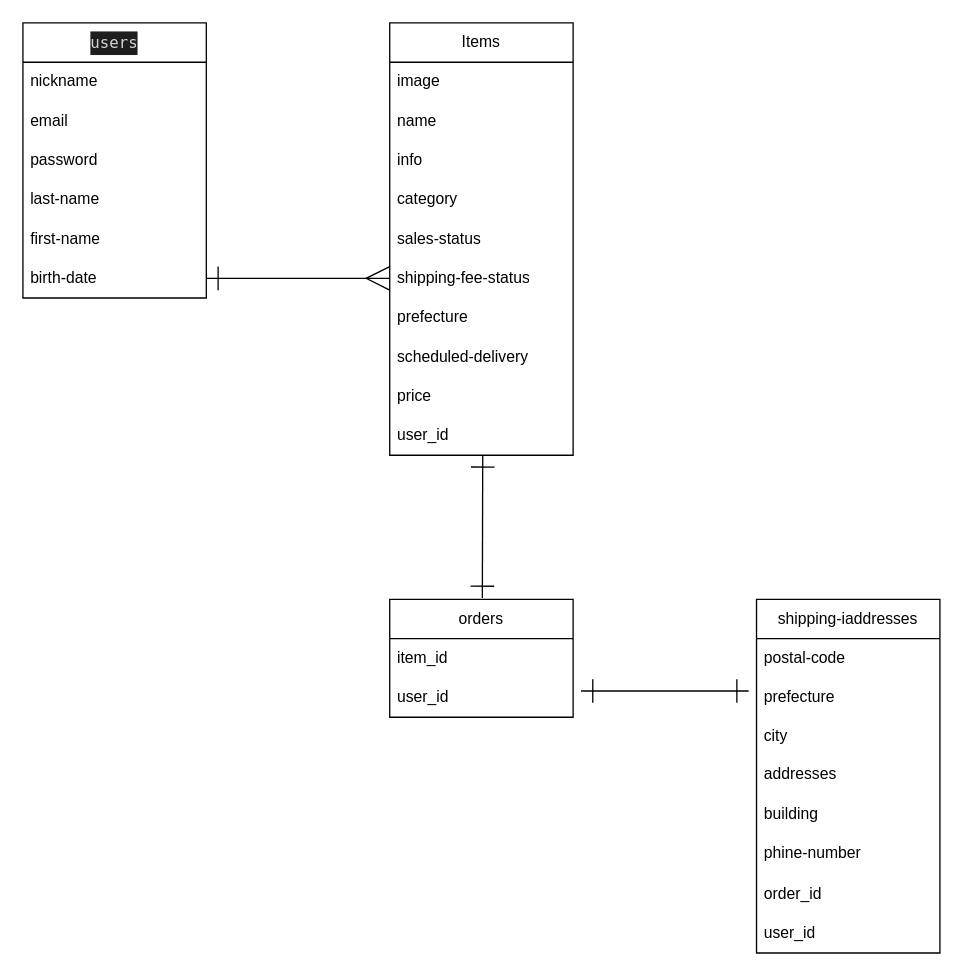
AsamiDolphy/furima-40223 keeps this draw.io diagram as app/ER.dio. Above is the earlier version. Source tidied: cells renumbered, new cells numbered last; positions are measured from the earlier drawing's top-left corner, leaving out a move shared by most shapes. Both pictures are drawn from the tidied source at 131%, with x=0, y=0 at pixel (22, 22).
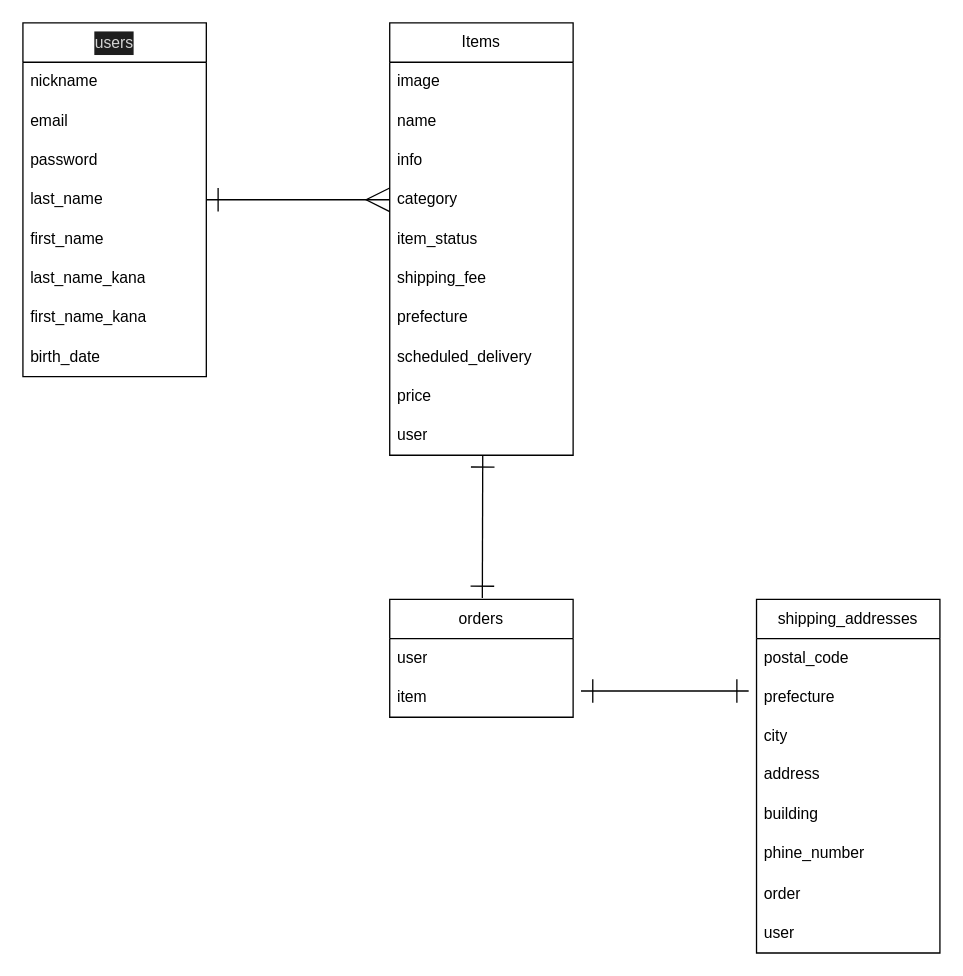
The same diagram, later.

The change refers to these unchanged cells:
```xml
<mxCell id="9" value="Items" style="swimlane;fontStyle=0;horizontal=1;startSize=30;whiteSpace=wrap;html=1;" parent="1" vertex="1">
  <mxGeometry x="280" width="140" height="330" as="geometry" />
</mxCell>
<mxCell id="13" value="category" style="text;strokeColor=none;fillColor=none;align=left;verticalAlign=middle;spacingLeft=4;spacingRight=4;overflow=hidden;points=[[0,0.5],[1,0.5]];portConstraint=eastwest;whiteSpace=wrap;html=1;" parent="9" vertex="1">
  <mxGeometry y="120" width="140" height="30" as="geometry" />
</mxCell>
<mxCell id="20" value="orders" style="swimlane;fontStyle=0;horizontal=1;startSize=30;whiteSpace=wrap;html=1;" parent="1" vertex="1">
  <mxGeometry x="280" y="440" width="140" height="90" as="geometry" />
</mxCell>
```

The edit, as a diff of the source:
```diff
@@
-    <mxCell id="2" value="&lt;div style=&quot;color: rgb(212, 212, 212); background-color: rgb(30, 30, 30); font-family: Menlo, Monaco, &amp;quot;Courier New&amp;quot;, monospace; font-weight: normal; font-size: 12px; line-height: 18px;&quot;&gt;&lt;div&gt;&lt;span style=&quot;color: #d4d4d4;&quot;&gt;users&lt;/span&gt;&lt;/div&gt;&lt;/div&gt;" style="swimlane;fontStyle=0;horizontal=1;startSize=30;whiteSpace=wrap;html=1;" parent="1" vertex="1">
-      <mxGeometry width="140" height="210" as="geometry" />
+    <mxCell id="2" value="&lt;div style=&quot;color: rgb(212, 212, 212); background-color: rgb(30, 30, 30); font-weight: normal; font-size: 12px; line-height: 18px;&quot;&gt;&lt;div style=&quot;&quot;&gt;&lt;span style=&quot;color: rgb(212, 212, 212);&quot;&gt;users&lt;/span&gt;&lt;/div&gt;&lt;/div&gt;" style="swimlane;fontStyle=0;horizontal=1;startSize=30;whiteSpace=wrap;html=1;" parent="1" vertex="1">
+      <mxGeometry width="140" height="270" as="geometry" />
     </mxCell>
@@
-    <mxCell id="6" value="last-name" style="text;strokeColor=none;fillColor=none;align=left;verticalAlign=middle;spacingLeft=4;spacingRight=4;overflow=hidden;points=[[0,0.5],[1,0.5]];portConstraint=eastwest;whiteSpace=wrap;html=1;" parent="2" vertex="1">
+    <mxCell id="6" value="last_name" style="text;strokeColor=none;fillColor=none;align=left;verticalAlign=middle;spacingLeft=4;spacingRight=4;overflow=hidden;points=[[0,0.5],[1,0.5]];portConstraint=eastwest;whiteSpace=wrap;html=1;" parent="2" vertex="1">
       <mxGeometry y="120" width="140" height="30" as="geometry" />
     </mxCell>
-    <mxCell id="7" value="first-name" style="text;strokeColor=none;fillColor=none;align=left;verticalAlign=middle;spacingLeft=4;spacingRight=4;overflow=hidden;whiteSpace=wrap;html=1;" parent="2" vertex="1">
+    <mxCell id="7" value="first_name" style="text;strokeColor=none;fillColor=none;align=left;verticalAlign=middle;spacingLeft=4;spacingRight=4;overflow=hidden;whiteSpace=wrap;html=1;" parent="2" vertex="1">
       <mxGeometry y="150" width="140" height="30" as="geometry" />
     </mxCell>
+    <mxCell id="35" value="last_name_kana" style="text;strokeColor=none;fillColor=none;align=left;verticalAlign=middle;spacingLeft=4;spacingRight=4;overflow=hidden;whiteSpace=wrap;html=1;" parent="2" vertex="1">
+      <mxGeometry y="180" width="140" height="30" as="geometry" />
+    </mxCell>
+    <mxCell id="36" value="first_name_kana" style="text;strokeColor=none;fillColor=none;align=left;verticalAlign=middle;spacingLeft=4;spacingRight=4;overflow=hidden;whiteSpace=wrap;html=1;" parent="2" vertex="1">
+      <mxGeometry y="210" width="140" height="30" as="geometry" />
+    </mxCell>
-    <mxCell id="8" value="birth-date" style="text;strokeColor=none;fillColor=none;align=left;verticalAlign=middle;spacingLeft=4;spacingRight=4;overflow=hidden;points=[[0,0.5],[1,0.5]];portConstraint=eastwest;whiteSpace=wrap;html=1;" parent="2" vertex="1">
-      <mxGeometry y="180" width="140" height="30" as="geometry" />
+    <mxCell id="8" value="birth_date" style="text;strokeColor=none;fillColor=none;align=left;verticalAlign=middle;spacingLeft=4;spacingRight=4;overflow=hidden;points=[[0,0.5],[1,0.5]];portConstraint=eastwest;whiteSpace=wrap;html=1;" parent="2" vertex="1">
+      <mxGeometry y="240" width="140" height="30" as="geometry" />
     </mxCell>
@@
-    <mxCell id="14" value="sales-status" style="text;strokeColor=none;fillColor=none;align=left;verticalAlign=middle;spacingLeft=4;spacingRight=4;overflow=hidden;whiteSpace=wrap;html=1;" parent="9" vertex="1">
+    <mxCell id="14" value="item_status" style="text;strokeColor=none;fillColor=none;align=left;verticalAlign=middle;spacingLeft=4;spacingRight=4;overflow=hidden;whiteSpace=wrap;html=1;" parent="9" vertex="1">
       <mxGeometry y="150" width="140" height="30" as="geometry" />
     </mxCell>
-    <mxCell id="15" value="shipping-fee-status" style="text;strokeColor=none;fillColor=none;align=left;verticalAlign=middle;spacingLeft=4;spacingRight=4;overflow=hidden;points=[[0,0.5],[1,0.5]];portConstraint=eastwest;whiteSpace=wrap;html=1;" parent="9" vertex="1">
+    <mxCell id="15" value="shipping_fee" style="text;strokeColor=none;fillColor=none;align=left;verticalAlign=middle;spacingLeft=4;spacingRight=4;overflow=hidden;points=[[0,0.5],[1,0.5]];portConstraint=eastwest;whiteSpace=wrap;html=1;" parent="9" vertex="1">
       <mxGeometry y="180" width="140" height="30" as="geometry" />
     </mxCell>
@@
-    <mxCell id="17" value="scheduled-delivery" style="text;strokeColor=none;fillColor=none;align=left;verticalAlign=middle;spacingLeft=4;spacingRight=4;overflow=hidden;whiteSpace=wrap;html=1;" parent="9" vertex="1">
+    <mxCell id="17" value="scheduled_delivery" style="text;strokeColor=none;fillColor=none;align=left;verticalAlign=middle;spacingLeft=4;spacingRight=4;overflow=hidden;whiteSpace=wrap;html=1;" parent="9" vertex="1">
       <mxGeometry y="240" width="140" height="30" as="geometry" />
     </mxCell>
@@
-    <mxCell id="19" value="user_id" style="text;strokeColor=none;fillColor=none;align=left;verticalAlign=middle;spacingLeft=4;spacingRight=4;overflow=hidden;whiteSpace=wrap;html=1;" parent="9" vertex="1">
+    <mxCell id="19" value="user" style="text;strokeColor=none;fillColor=none;align=left;verticalAlign=middle;spacingLeft=4;spacingRight=4;overflow=hidden;whiteSpace=wrap;html=1;" parent="9" vertex="1">
       <mxGeometry y="300" width="140" height="30" as="geometry" />
     </mxCell>
@@
+    <mxCell id="22" value="user" style="text;strokeColor=none;fillColor=none;align=left;verticalAlign=middle;spacingLeft=4;spacingRight=4;overflow=hidden;whiteSpace=wrap;html=1;" parent="20" vertex="1">
+      <mxGeometry y="30" width="140" height="30" as="geometry" />
+    </mxCell>
-    <mxCell id="21" value="item_id" style="text;strokeColor=none;fillColor=none;align=left;verticalAlign=middle;spacingLeft=4;spacingRight=4;overflow=hidden;whiteSpace=wrap;html=1;" parent="20" vertex="1">
-      <mxGeometry y="30" width="140" height="30" as="geometry" />
+    <mxCell id="21" value="item" style="text;strokeColor=none;fillColor=none;align=left;verticalAlign=middle;spacingLeft=4;spacingRight=4;overflow=hidden;whiteSpace=wrap;html=1;" parent="20" vertex="1">
+      <mxGeometry y="60" width="140" height="30" as="geometry" />
     </mxCell>
-    <mxCell id="22" value="user_id" style="text;strokeColor=none;fillColor=none;align=left;verticalAlign=middle;spacingLeft=4;spacingRight=4;overflow=hidden;whiteSpace=wrap;html=1;" parent="20" vertex="1">
-      <mxGeometry y="60" width="140" height="30" as="geometry" />
-    </mxCell>
-    <mxCell id="23" value="shipping-iaddresses" style="swimlane;fontStyle=0;horizontal=1;startSize=30;whiteSpace=wrap;html=1;" parent="1" vertex="1">
+    <mxCell id="23" value="shipping_addresses" style="swimlane;fontStyle=0;horizontal=1;startSize=30;whiteSpace=wrap;html=1;" parent="1" vertex="1">
       <mxGeometry x="560" y="440" width="140" height="270" as="geometry" />
     </mxCell>
-    <mxCell id="24" value="postal-code" style="text;strokeColor=none;fillColor=none;align=left;verticalAlign=middle;spacingLeft=4;spacingRight=4;overflow=hidden;whiteSpace=wrap;html=1;" parent="23" vertex="1">
+    <mxCell id="24" value="postal_code" style="text;strokeColor=none;fillColor=none;align=left;verticalAlign=middle;spacingLeft=4;spacingRight=4;overflow=hidden;whiteSpace=wrap;html=1;" parent="23" vertex="1">
       <mxGeometry y="30" width="140" height="30" as="geometry" />
     </mxCell>
@@
-    <mxCell id="27" value="addresses" style="text;strokeColor=none;fillColor=none;spacingLeft=4;spacingRight=4;overflow=hidden;fontSize=12;" parent="23" vertex="1">
+    <mxCell id="27" value="address" style="text;strokeColor=none;fillColor=none;spacingLeft=4;spacingRight=4;overflow=hidden;fontSize=12;" parent="23" vertex="1">
       <mxGeometry y="120" width="140" height="30" as="geometry" />
     </mxCell>
@@
-    <mxCell id="29" value="phine-number" style="text;strokeColor=none;fillColor=none;spacingLeft=4;spacingRight=4;overflow=hidden;fontSize=12;" parent="23" vertex="1">
+    <mxCell id="29" value="phine_number" style="text;strokeColor=none;fillColor=none;spacingLeft=4;spacingRight=4;overflow=hidden;fontSize=12;" parent="23" vertex="1">
       <mxGeometry y="180" width="140" height="30" as="geometry" />
     </mxCell>
-    <mxCell id="30" value="order_id" style="text;strokeColor=none;fillColor=none;align=left;verticalAlign=middle;spacingLeft=4;spacingRight=4;overflow=hidden;whiteSpace=wrap;html=1;" parent="23" vertex="1">
+    <mxCell id="30" value="order" style="text;strokeColor=none;fillColor=none;align=left;verticalAlign=middle;spacingLeft=4;spacingRight=4;overflow=hidden;whiteSpace=wrap;html=1;" parent="23" vertex="1">
       <mxGeometry y="210" width="140" height="30" as="geometry" />
     </mxCell>
-    <mxCell id="31" value="user_id" style="text;strokeColor=none;fillColor=none;align=left;verticalAlign=middle;spacingLeft=4;spacingRight=4;overflow=hidden;whiteSpace=wrap;html=1;" parent="23" vertex="1">
+    <mxCell id="31" value="user" style="text;strokeColor=none;fillColor=none;align=left;verticalAlign=middle;spacingLeft=4;spacingRight=4;overflow=hidden;whiteSpace=wrap;html=1;" parent="23" vertex="1">
       <mxGeometry y="240" width="140" height="30" as="geometry" />
     </mxCell>
-    <mxCell id="32" style="edgeStyle=none;html=1;exitX=1;exitY=0.5;exitDx=0;exitDy=0;entryX=0;entryY=0.5;entryDx=0;entryDy=0;startArrow=ERone;startFill=0;endArrow=ERmany;endFill=0;strokeWidth=1;targetPerimeterSpacing=0;rounded=0;endSize=16;startSize=16;" parent="1" edge="1" source="8" target="15">
+    <mxCell id="32" style="edgeStyle=none;html=1;exitX=1;exitY=0.5;exitDx=0;exitDy=0;entryX=0;entryY=0.5;entryDx=0;entryDy=0;startArrow=ERone;startFill=0;endArrow=ERmany;endFill=0;strokeWidth=1;targetPerimeterSpacing=0;rounded=0;endSize=16;startSize=16;" parent="1" edge="1" source="6" target="13">
       <mxGeometry relative="1" as="geometry" />
     </mxCell>
```
